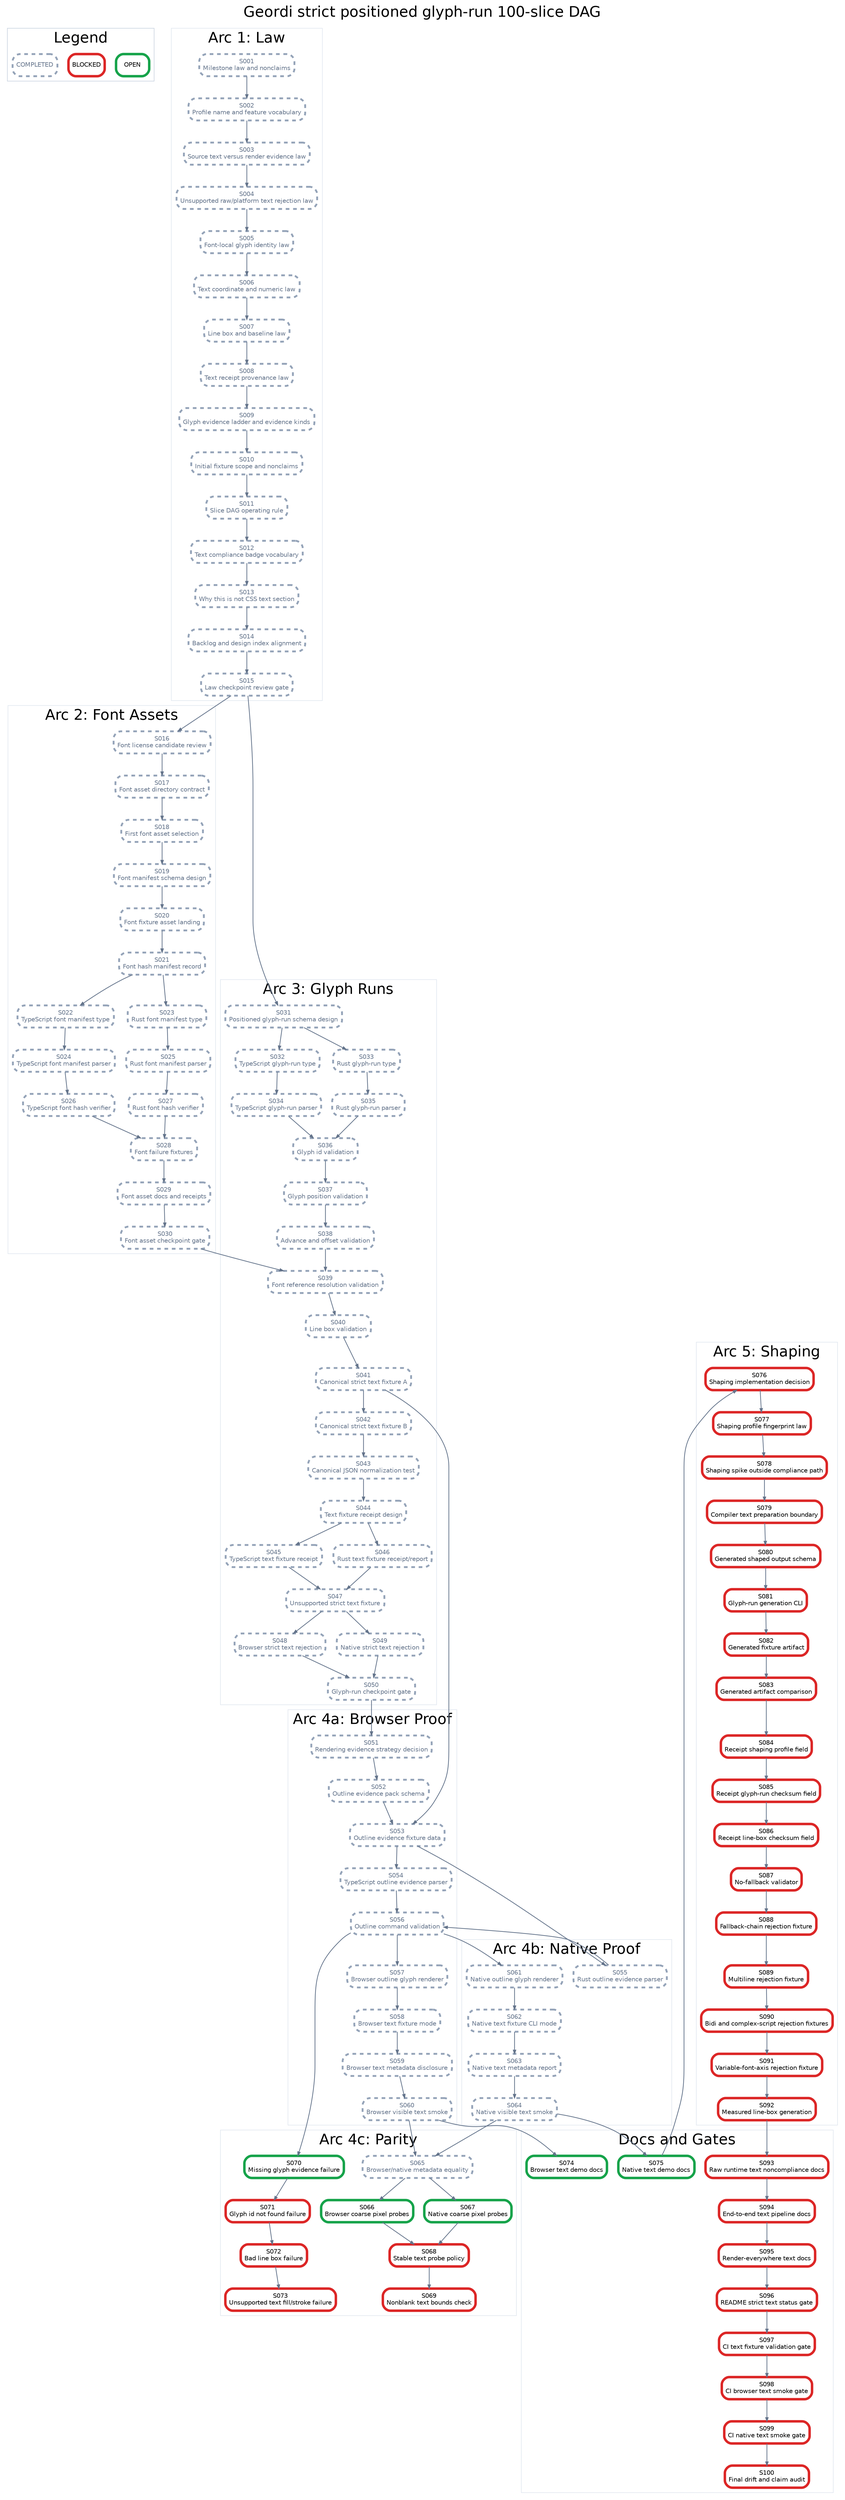
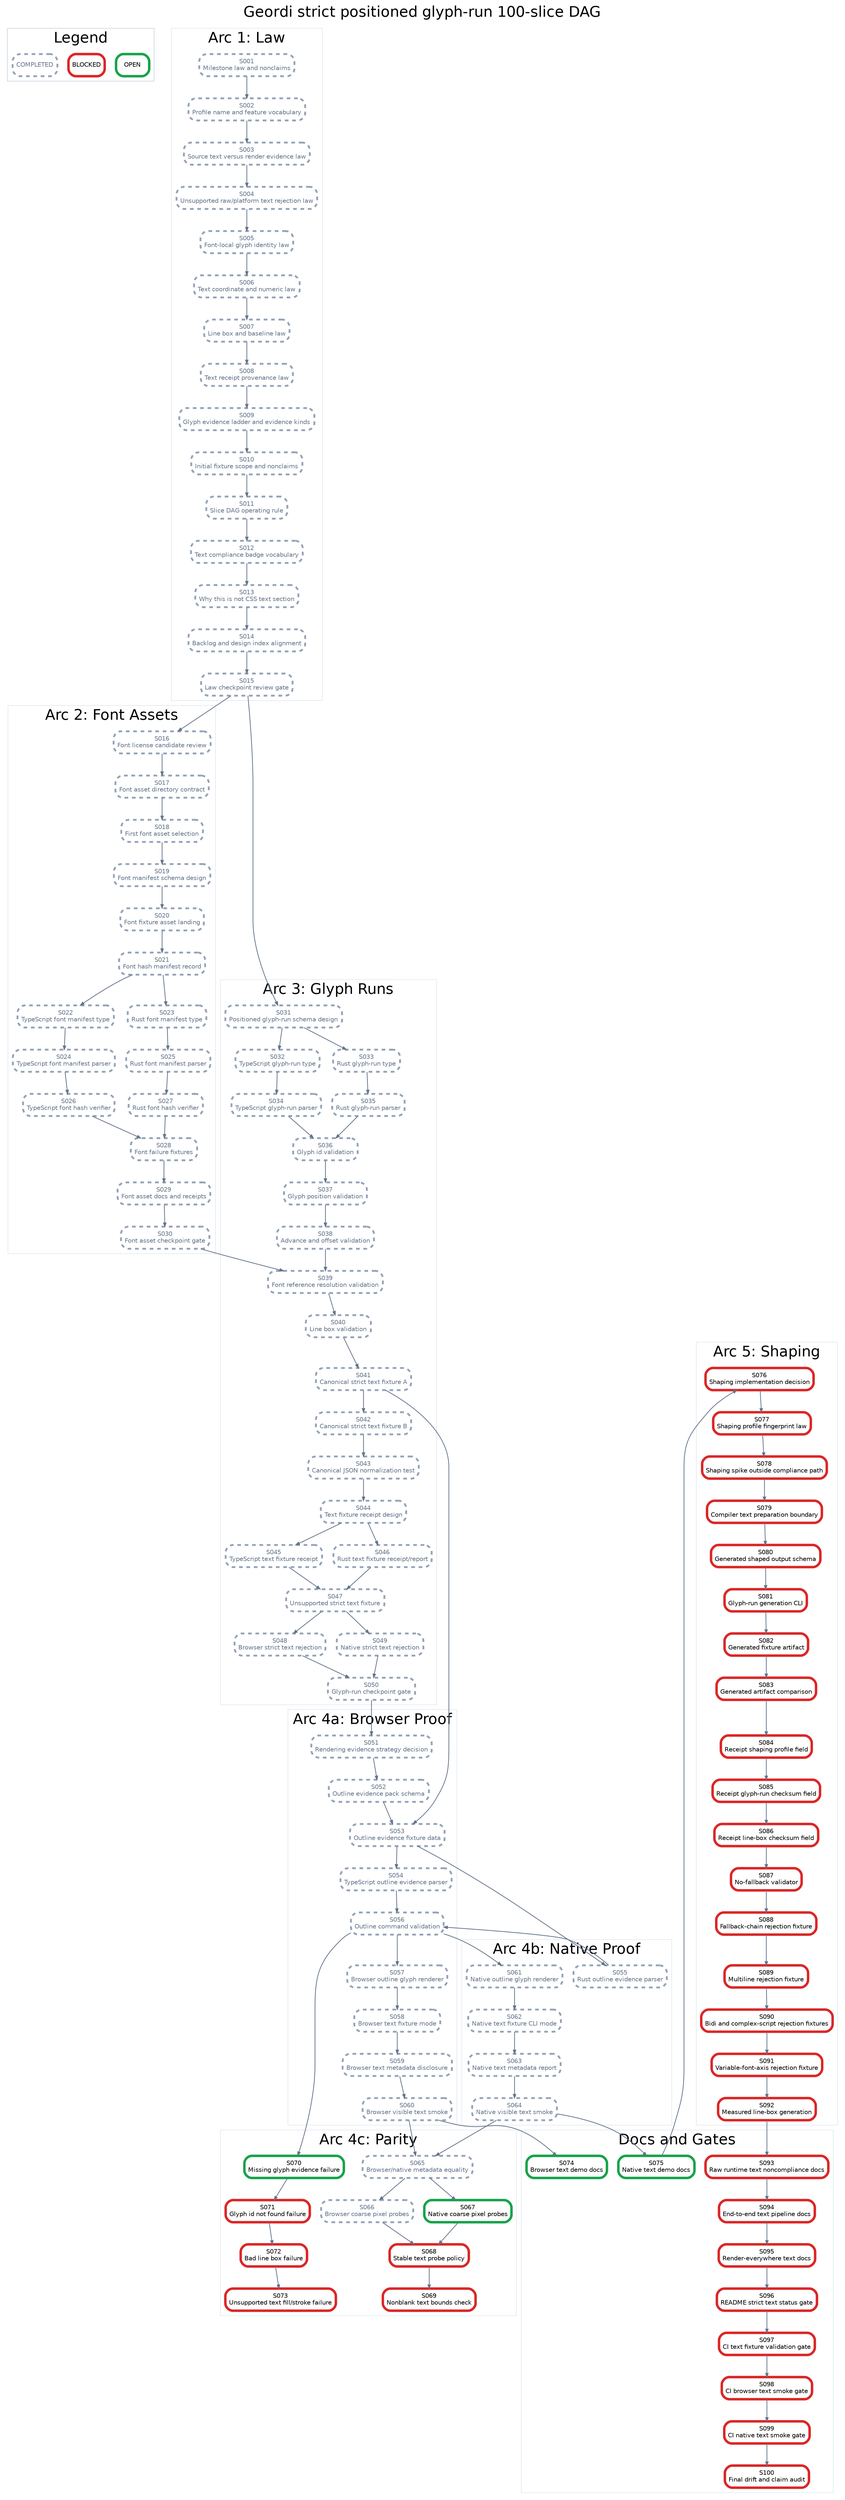
digraph StrictPositionedGlyphRunPlan {
  graph [rankdir=TB, bgcolor="white", fontname="Helvetica", label="Geordi strict positioned glyph-run 100-slice DAG", labelloc="t", fontsize=24];
  node [shape=box, style="rounded,filled", fillcolor="white", fontname="Helvetica", fontsize=10, margin="0.08,0.05"];
  edge [color="#64748b", arrowsize=0.6, penwidth=1.2];

  subgraph cluster_legend {
    label="Legend";
    color="#cbd5e1";
    legend_open [label="OPEN", color="#16a34a", penwidth=4];
    legend_blocked [label="BLOCKED", color="#dc2626", penwidth=4];
    legend_done [label="COMPLETED", color="#94a3b8", penwidth=3, style="rounded,filled,dashed", fontcolor="#64748b"];
  }

  subgraph cluster_law {
    label="Arc 1: Law";
    color="#e2e8f0";
    S001 [label="S001\nMilestone law and nonclaims", color="#94a3b8", penwidth=3, style="rounded,filled,dashed", fontcolor="#64748b"];
    S002 [label="S002\nProfile name and feature vocabulary", color="#94a3b8", penwidth=3, style="rounded,filled,dashed", fontcolor="#64748b"];
    S003 [label="S003\nSource text versus render evidence law", color="#94a3b8", penwidth=3, style="rounded,filled,dashed", fontcolor="#64748b"];
    S004 [label="S004\nUnsupported raw/platform text rejection law", color="#94a3b8", penwidth=3, style="rounded,filled,dashed", fontcolor="#64748b"];
    S005 [label="S005\nFont-local glyph identity law", color="#94a3b8", penwidth=3, style="rounded,filled,dashed", fontcolor="#64748b"];
    S006 [label="S006\nText coordinate and numeric law", color="#94a3b8", penwidth=3, style="rounded,filled,dashed", fontcolor="#64748b"];
    S007 [label="S007\nLine box and baseline law", color="#94a3b8", penwidth=3, style="rounded,filled,dashed", fontcolor="#64748b"];
    S008 [label="S008\nText receipt provenance law", color="#94a3b8", penwidth=3, style="rounded,filled,dashed", fontcolor="#64748b"];
    S009 [label="S009\nGlyph evidence ladder and evidence kinds", color="#94a3b8", penwidth=3, style="rounded,filled,dashed", fontcolor="#64748b"];
    S010 [label="S010\nInitial fixture scope and nonclaims", color="#94a3b8", penwidth=3, style="rounded,filled,dashed", fontcolor="#64748b"];
    S011 [label="S011\nSlice DAG operating rule", color="#94a3b8", penwidth=3, style="rounded,filled,dashed", fontcolor="#64748b"];
    S012 [label="S012\nText compliance badge vocabulary", color="#94a3b8", penwidth=3, style="rounded,filled,dashed", fontcolor="#64748b"];
    S013 [label="S013\nWhy this is not CSS text section", color="#94a3b8", penwidth=3, style="rounded,filled,dashed", fontcolor="#64748b"];
    S014 [label="S014\nBacklog and design index alignment", color="#94a3b8", penwidth=3, style="rounded,filled,dashed", fontcolor="#64748b"];
    S015 [label="S015\nLaw checkpoint review gate", color="#94a3b8", penwidth=3, style="rounded,filled,dashed", fontcolor="#64748b"];
  }

  subgraph cluster_assets {
    label="Arc 2: Font Assets";
    color="#e2e8f0";
    S016 [label="S016\nFont license candidate review", color="#94a3b8", penwidth=3, style="rounded,filled,dashed", fontcolor="#64748b"];
    S017 [label="S017\nFont asset directory contract", color="#94a3b8", penwidth=3, style="rounded,filled,dashed", fontcolor="#64748b"];
    S018 [label="S018\nFirst font asset selection", color="#94a3b8", penwidth=3, style="rounded,filled,dashed", fontcolor="#64748b"];
    S019 [label="S019\nFont manifest schema design", color="#94a3b8", penwidth=3, style="rounded,filled,dashed", fontcolor="#64748b"];
    S020 [label="S020\nFont fixture asset landing", color="#94a3b8", penwidth=3, style="rounded,filled,dashed", fontcolor="#64748b"];
    S021 [label="S021\nFont hash manifest record", color="#94a3b8", penwidth=3, style="rounded,filled,dashed", fontcolor="#64748b"];
    S022 [label="S022\nTypeScript font manifest type", color="#94a3b8", penwidth=3, style="rounded,filled,dashed", fontcolor="#64748b"];
    S023 [label="S023\nRust font manifest type", color="#94a3b8", penwidth=3, style="rounded,filled,dashed", fontcolor="#64748b"];
    S024 [label="S024\nTypeScript font manifest parser", color="#94a3b8", penwidth=3, style="rounded,filled,dashed", fontcolor="#64748b"];
    S025 [label="S025\nRust font manifest parser", color="#94a3b8", penwidth=3, style="rounded,filled,dashed", fontcolor="#64748b"];
    S026 [label="S026\nTypeScript font hash verifier", color="#94a3b8", penwidth=3, style="rounded,filled,dashed", fontcolor="#64748b"];
    S027 [label="S027\nRust font hash verifier", color="#94a3b8", penwidth=3, style="rounded,filled,dashed", fontcolor="#64748b"];
    S028 [label="S028\nFont failure fixtures", color="#94a3b8", penwidth=3, style="rounded,filled,dashed", fontcolor="#64748b"];
    S029 [label="S029\nFont asset docs and receipts", color="#94a3b8", penwidth=3, style="rounded,filled,dashed", fontcolor="#64748b"];
    S030 [label="S030\nFont asset checkpoint gate", color="#94a3b8", penwidth=3, style="rounded,filled,dashed", fontcolor="#64748b"];
  }

  subgraph cluster_glyph {
    label="Arc 3: Glyph Runs";
    color="#e2e8f0";
    S031 [label="S031\nPositioned glyph-run schema design", color="#94a3b8", penwidth=3, style="rounded,filled,dashed", fontcolor="#64748b"];
    S032 [label="S032\nTypeScript glyph-run type", color="#94a3b8", penwidth=3, style="rounded,filled,dashed", fontcolor="#64748b"];
    S033 [label="S033\nRust glyph-run type", color="#94a3b8", penwidth=3, style="rounded,filled,dashed", fontcolor="#64748b"];
    S034 [label="S034\nTypeScript glyph-run parser", color="#94a3b8", penwidth=3, style="rounded,filled,dashed", fontcolor="#64748b"];
    S035 [label="S035\nRust glyph-run parser", color="#94a3b8", penwidth=3, style="rounded,filled,dashed", fontcolor="#64748b"];
    S036 [label="S036\nGlyph id validation", color="#94a3b8", penwidth=3, style="rounded,filled,dashed", fontcolor="#64748b"];
    S037 [label="S037\nGlyph position validation", color="#94a3b8", penwidth=3, style="rounded,filled,dashed", fontcolor="#64748b"];
    S038 [label="S038\nAdvance and offset validation", color="#94a3b8", penwidth=3, style="rounded,filled,dashed", fontcolor="#64748b"];
    S039 [label="S039\nFont reference resolution validation", color="#94a3b8", penwidth=3, style="rounded,filled,dashed", fontcolor="#64748b"];
    S040 [label="S040\nLine box validation", color="#94a3b8", penwidth=3, style="rounded,filled,dashed", fontcolor="#64748b"];
    S041 [label="S041\nCanonical strict text fixture A", color="#94a3b8", penwidth=3, style="rounded,filled,dashed", fontcolor="#64748b"];
    S042 [label="S042\nCanonical strict text fixture B", color="#94a3b8", penwidth=3, style="rounded,filled,dashed", fontcolor="#64748b"];
    S043 [label="S043\nCanonical JSON normalization test", color="#94a3b8", penwidth=3, style="rounded,filled,dashed", fontcolor="#64748b"];
    S044 [label="S044\nText fixture receipt design", color="#94a3b8", penwidth=3, style="rounded,filled,dashed", fontcolor="#64748b"];
    S045 [label="S045\nTypeScript text fixture receipt", color="#94a3b8", penwidth=3, style="rounded,filled,dashed", fontcolor="#64748b"];
    S046 [label="S046\nRust text fixture receipt/report", color="#94a3b8", penwidth=3, style="rounded,filled,dashed", fontcolor="#64748b"];
    S047 [label="S047\nUnsupported strict text fixture", color="#94a3b8", penwidth=3, style="rounded,filled,dashed", fontcolor="#64748b"];
    S048 [label="S048\nBrowser strict text rejection", color="#94a3b8", penwidth=3, style="rounded,filled,dashed", fontcolor="#64748b"];
    S049 [label="S049\nNative strict text rejection", color="#94a3b8", penwidth=3, style="rounded,filled,dashed", fontcolor="#64748b"];
    S050 [label="S050\nGlyph-run checkpoint gate", color="#94a3b8", penwidth=3, style="rounded,filled,dashed", fontcolor="#64748b"];
  }

  subgraph cluster_browser {
    label="Arc 4a: Browser Proof";
    color="#e2e8f0";
    S051 [label="S051\nRendering evidence strategy decision", color="#94a3b8", penwidth=3, style="rounded,filled,dashed", fontcolor="#64748b"];
    S052 [label="S052\nOutline evidence pack schema", color="#94a3b8", penwidth=3, style="rounded,filled,dashed", fontcolor="#64748b"];
    S053 [label="S053\nOutline evidence fixture data", color="#94a3b8", penwidth=3, style="rounded,filled,dashed", fontcolor="#64748b"];
    S054 [label="S054\nTypeScript outline evidence parser", color="#94a3b8", penwidth=3, style="rounded,filled,dashed", fontcolor="#64748b"];
    S056 [label="S056\nOutline command validation", color="#94a3b8", penwidth=3, style="rounded,filled,dashed", fontcolor="#64748b"];
    S057 [label="S057\nBrowser outline glyph renderer", color="#94a3b8", penwidth=3, style="rounded,filled,dashed", fontcolor="#64748b"];
    S058 [label="S058\nBrowser text fixture mode", color="#94a3b8", penwidth=3, style="rounded,filled,dashed", fontcolor="#64748b"];
    S059 [label="S059\nBrowser text metadata disclosure", color="#94a3b8", penwidth=3, style="rounded,filled,dashed", fontcolor="#64748b"];
    S060 [label="S060\nBrowser visible text smoke", color="#94a3b8", penwidth=3, style="rounded,filled,dashed", fontcolor="#64748b"];
  }

  subgraph cluster_native {
    label="Arc 4b: Native Proof";
    color="#e2e8f0";
    S055 [label="S055\nRust outline evidence parser", color="#94a3b8", penwidth=3, style="rounded,filled,dashed", fontcolor="#64748b"];
    S061 [label="S061\nNative outline glyph renderer", color="#94a3b8", penwidth=3, style="rounded,filled,dashed", fontcolor="#64748b"];
    S062 [label="S062\nNative text fixture CLI mode", color="#94a3b8", penwidth=3, style="rounded,filled,dashed", fontcolor="#64748b"];
    S063 [label="S063\nNative text metadata report", color="#94a3b8", penwidth=3, style="rounded,filled,dashed", fontcolor="#64748b"];
    S064 [label="S064\nNative visible text smoke", color="#94a3b8", penwidth=3, style="rounded,filled,dashed", fontcolor="#64748b"];
  }

  subgraph cluster_parity {
    label="Arc 4c: Parity";
    color="#e2e8f0";
    S065 [label="S065\nBrowser/native metadata equality", color="#94a3b8", penwidth=3, style="rounded,filled,dashed", fontcolor="#64748b"];
-     S066 [label="S066\nBrowser coarse pixel probes", color="#16a34a", penwidth=4];
+     S066 [label="S066\nBrowser coarse pixel probes", color="#94a3b8", penwidth=3, style="rounded,filled,dashed", fontcolor="#64748b"];
    S067 [label="S067\nNative coarse pixel probes", color="#16a34a", penwidth=4];
    S068 [label="S068\nStable text probe policy", color="#dc2626", penwidth=4];
    S069 [label="S069\nNonblank text bounds check", color="#dc2626", penwidth=4];
    S070 [label="S070\nMissing glyph evidence failure", color="#16a34a", penwidth=4];
    S071 [label="S071\nGlyph id not found failure", color="#dc2626", penwidth=4];
    S072 [label="S072\nBad line box failure", color="#dc2626", penwidth=4];
    S073 [label="S073\nUnsupported text fill/stroke failure", color="#dc2626", penwidth=4];
  }

  subgraph cluster_shaping {
    label="Arc 5: Shaping";
    color="#e2e8f0";
    S076 [label="S076\nShaping implementation decision", color="#dc2626", penwidth=4];
    S077 [label="S077\nShaping profile fingerprint law", color="#dc2626", penwidth=4];
    S078 [label="S078\nShaping spike outside compliance path", color="#dc2626", penwidth=4];
    S079 [label="S079\nCompiler text preparation boundary", color="#dc2626", penwidth=4];
    S080 [label="S080\nGenerated shaped output schema", color="#dc2626", penwidth=4];
    S081 [label="S081\nGlyph-run generation CLI", color="#dc2626", penwidth=4];
    S082 [label="S082\nGenerated fixture artifact", color="#dc2626", penwidth=4];
    S083 [label="S083\nGenerated artifact comparison", color="#dc2626", penwidth=4];
    S084 [label="S084\nReceipt shaping profile field", color="#dc2626", penwidth=4];
    S085 [label="S085\nReceipt glyph-run checksum field", color="#dc2626", penwidth=4];
    S086 [label="S086\nReceipt line-box checksum field", color="#dc2626", penwidth=4];
    S087 [label="S087\nNo-fallback validator", color="#dc2626", penwidth=4];
    S088 [label="S088\nFallback-chain rejection fixture", color="#dc2626", penwidth=4];
    S089 [label="S089\nMultiline rejection fixture", color="#dc2626", penwidth=4];
    S090 [label="S090\nBidi and complex-script rejection fixtures", color="#dc2626", penwidth=4];
    S091 [label="S091\nVariable-font-axis rejection fixture", color="#dc2626", penwidth=4];
    S092 [label="S092\nMeasured line-box generation", color="#dc2626", penwidth=4];
  }

  subgraph cluster_docs {
    label="Docs and Gates";
    color="#e2e8f0";
    S074 [label="S074\nBrowser text demo docs", color="#16a34a", penwidth=4];
    S075 [label="S075\nNative text demo docs", color="#16a34a", penwidth=4];
    S093 [label="S093\nRaw runtime text noncompliance docs", color="#dc2626", penwidth=4];
    S094 [label="S094\nEnd-to-end text pipeline docs", color="#dc2626", penwidth=4];
    S095 [label="S095\nRender-everywhere text docs", color="#dc2626", penwidth=4];
    S096 [label="S096\nREADME strict text status gate", color="#dc2626", penwidth=4];
    S097 [label="S097\nCI text fixture validation gate", color="#dc2626", penwidth=4];
    S098 [label="S098\nCI browser text smoke gate", color="#dc2626", penwidth=4];
    S099 [label="S099\nCI native text smoke gate", color="#dc2626", penwidth=4];
    S100 [label="S100\nFinal drift and claim audit", color="#dc2626", penwidth=4];
  }

  S001 -> S002;
  S002 -> S003;
  S003 -> S004;
  S004 -> S005;
  S005 -> S006;
  S006 -> S007;
  S007 -> S008;
  S008 -> S009;
  S009 -> S010;
  S010 -> S011;
  S011 -> S012;
  S012 -> S013;
  S013 -> S014;
  S014 -> S015;
  S015 -> S016;
  S016 -> S017;
  S017 -> S018;
  S018 -> S019;
  S019 -> S020;
  S020 -> S021;
  S021 -> S022;
  S021 -> S023;
  S022 -> S024;
  S023 -> S025;
  S024 -> S026;
  S025 -> S027;
  S026 -> S028;
  S027 -> S028;
  S028 -> S029;
  S029 -> S030;
  S015 -> S031;
  S031 -> S032;
  S031 -> S033;
  S032 -> S034;
  S033 -> S035;
  S034 -> S036;
  S035 -> S036;
  S036 -> S037;
  S037 -> S038;
  S038 -> S039;
  S039 -> S040;
  S030 -> S039;
  S040 -> S041;
  S041 -> S042;
  S042 -> S043;
  S043 -> S044;
  S044 -> S045;
  S044 -> S046;
  S045 -> S047;
  S046 -> S047;
  S047 -> S048;
  S047 -> S049;
  S048 -> S050;
  S049 -> S050;
  S050 -> S051;
  S051 -> S052;
  S052 -> S053;
  S041 -> S053;
  S053 -> S054;
  S053 -> S055;
  S054 -> S056;
  S055 -> S056;
  S056 -> S057;
  S057 -> S058;
  S058 -> S059;
  S059 -> S060;
  S056 -> S061;
  S061 -> S062;
  S062 -> S063;
  S063 -> S064;
  S060 -> S065;
  S064 -> S065;
  S065 -> S066;
  S065 -> S067;
  S066 -> S068;
  S067 -> S068;
  S068 -> S069;
  S056 -> S070;
  S070 -> S071;
  S071 -> S072;
  S072 -> S073;
  S060 -> S074;
  S064 -> S075;
  S075 -> S076;
  S076 -> S077;
  S077 -> S078;
  S078 -> S079;
  S079 -> S080;
  S080 -> S081;
  S081 -> S082;
  S082 -> S083;
  S083 -> S084;
  S084 -> S085;
  S085 -> S086;
  S086 -> S087;
  S087 -> S088;
  S088 -> S089;
  S089 -> S090;
  S090 -> S091;
  S091 -> S092;
  S092 -> S093;
  S093 -> S094;
  S094 -> S095;
  S095 -> S096;
  S096 -> S097;
  S097 -> S098;
  S098 -> S099;
  S099 -> S100;
}
